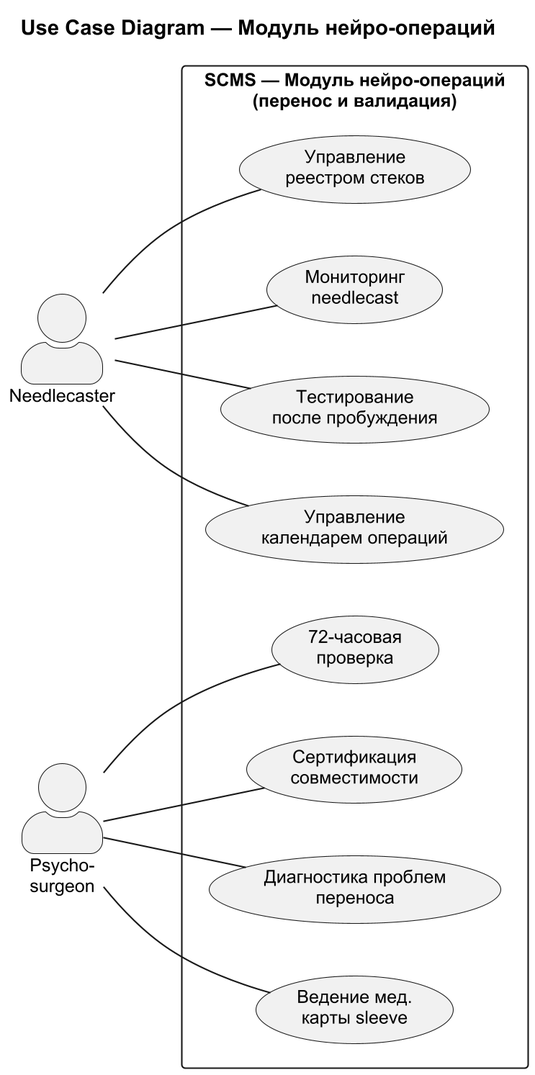
Earlier version of the PlantUML export use-case-diagrams/diagram-02-neuro-operations.png (ErnandesDaniel/modified-carbon).
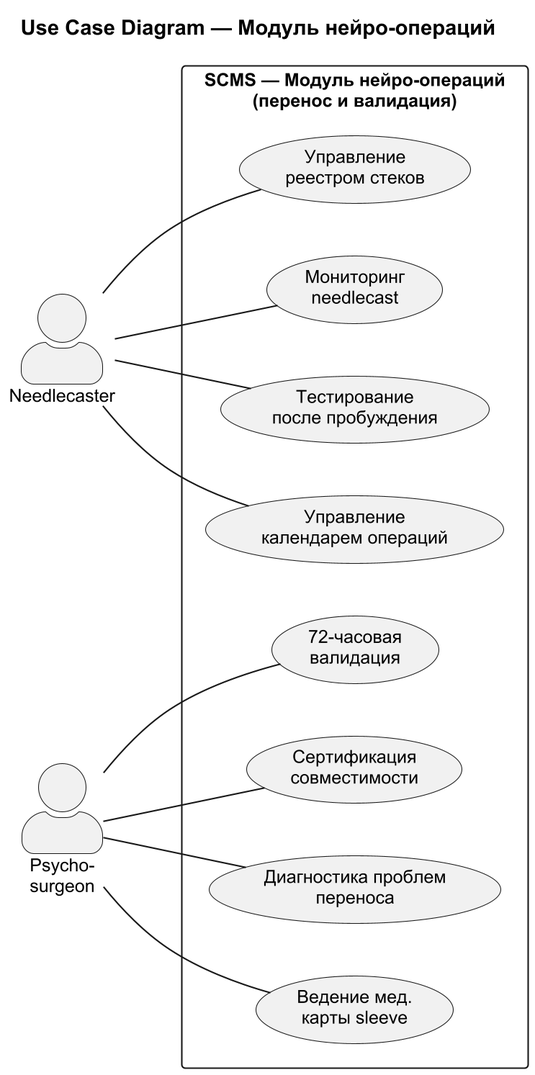
After the commit.

Commit message:
fix diagram 2: rename '72-часовая проверка' -> '72-часовая валидация' to match SRS terminology

The edit, as a diff of the source:
```diff
@@ -16,7 +16,7 @@
   usecase "Тестирование\nпосле пробуждения" as WAKETEST
   usecase "Управление\nкалендарем операций" as CALENDAR
 
-  usecase "72-часовая\nпроверка" as VALIDATE
+  usecase "72-часовая\nвалидация" as VALIDATE
   usecase "Сертификация\nсовместимости" as CERTIFY
   usecase "Диагностика проблем\nпереноса" as DIAGNOSE
   usecase "Ведение мед.\nкарты sleeve" as MEDCARD
```
